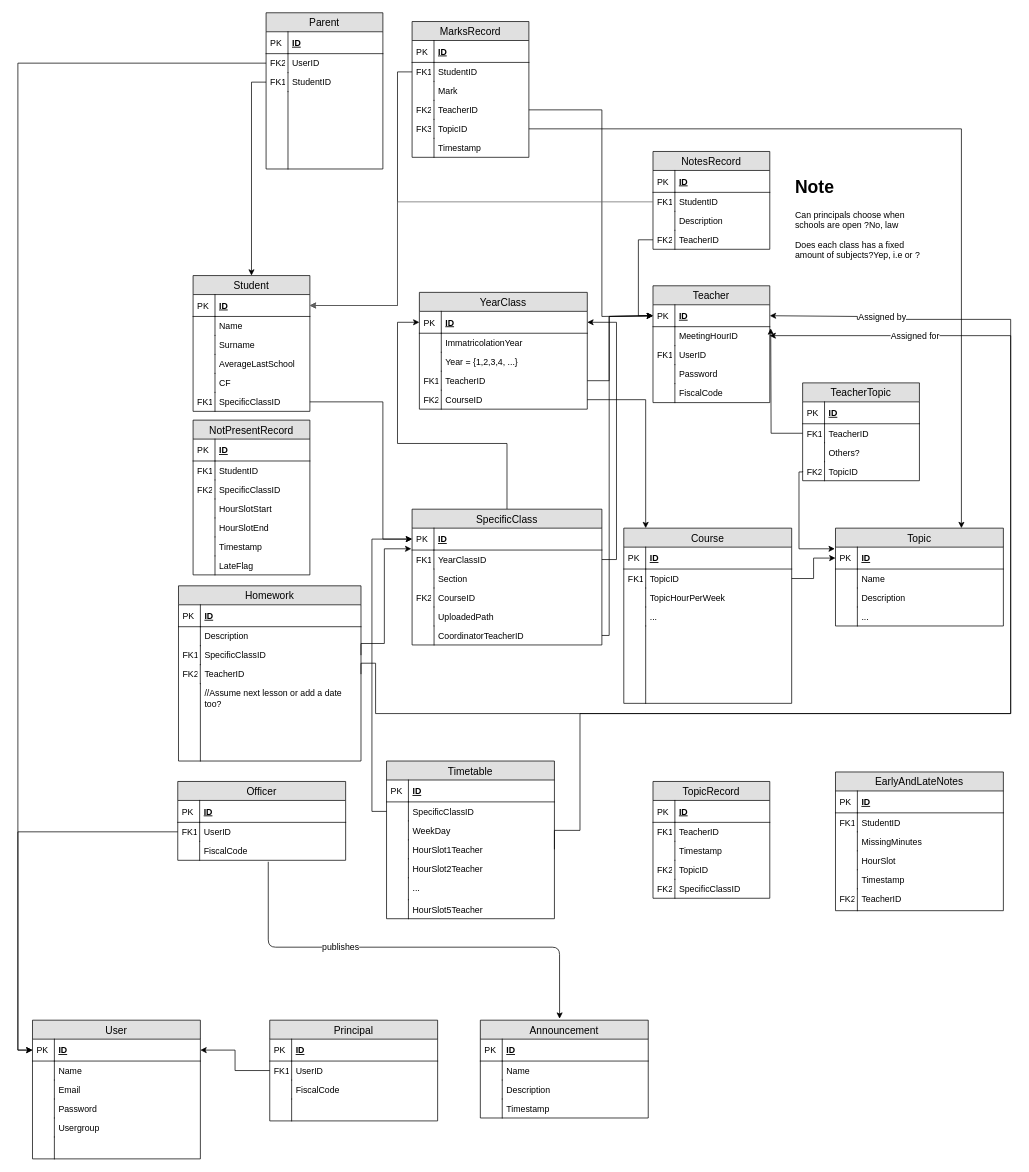
Before: Schema.drawio in sordinho/Group-J---Digital-Student-Record, a draw.io diagram. Source tidied: cells renumbered, new cells numbered last; positions are measured from the earlier drawing's top-left corner, leaving out a move shared by most shapes. Both pictures are drawn from the tidied source at 73%, with x=0, y=0 at pixel (32, 12).
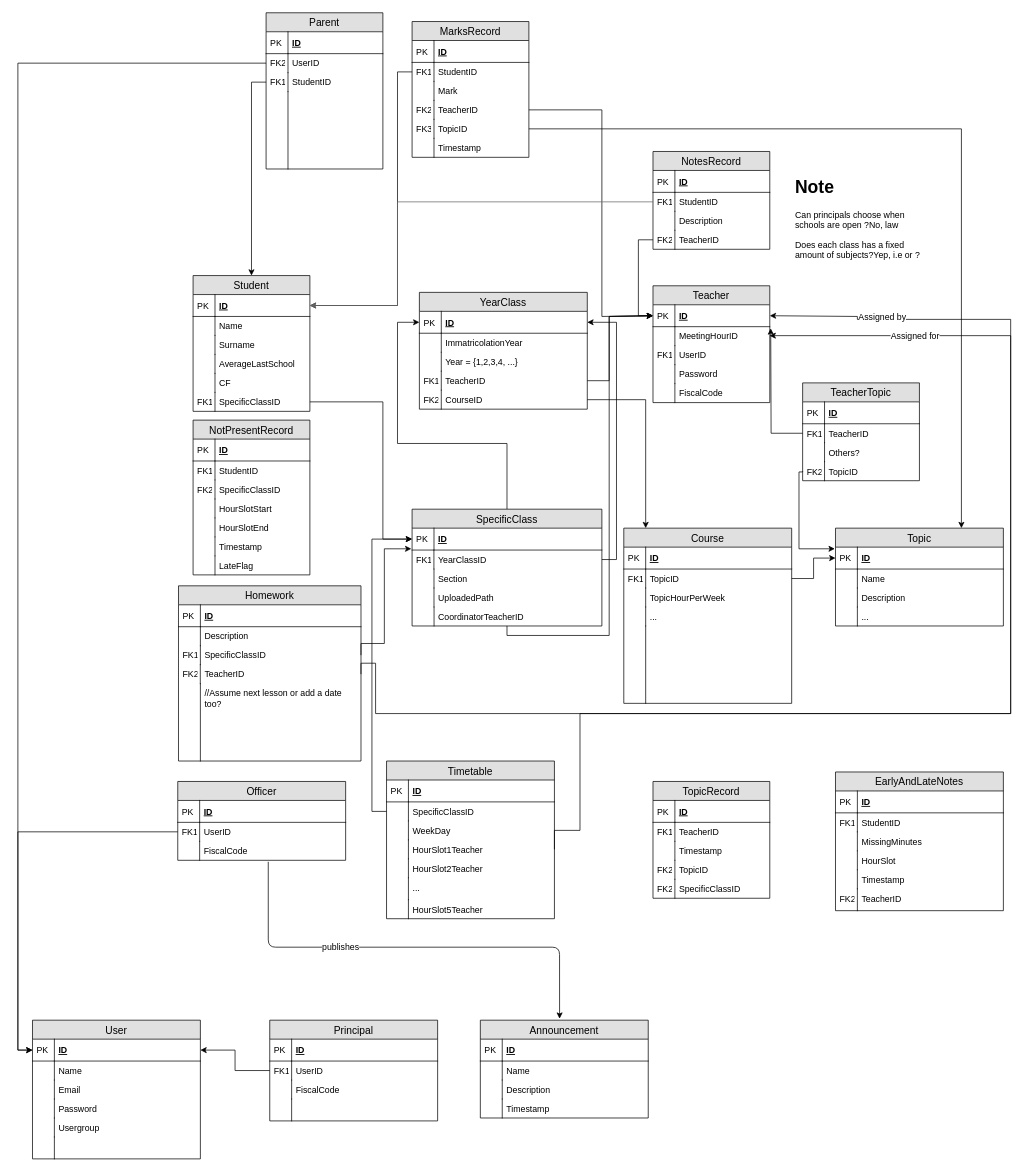
The same page after the edit.

The edit, as a diff of the source:
```diff
@@
     <mxCell id="38" value="SpecificClass" style="swimlane;fontStyle=0;horizontal=1;startSize=26;fillColor=#e0e0e0;swimlaneFillColor=#ffffff;align=center;fontSize=14;" parent="1" vertex="1">
-      <mxGeometry x="520" y="680" width="260" height="186" as="geometry" />
+      <mxGeometry x="520" y="680" width="260" height="160" as="geometry" />
     </mxCell>
@@
-    <mxCell id="45" value="CourseID" style="shape=partialRectangle;top=0;left=0;right=0;bottom=0;align=left;verticalAlign=top;fillColor=none;spacingLeft=34;spacingRight=4;overflow=hidden;fontSize=12;" parent="38" vertex="1">
-      <mxGeometry y="108" width="260" height="26" as="geometry" />
-    </mxCell>
-    <mxCell id="46" value="FK2" style="shape=partialRectangle;top=0;left=0;bottom=0;fillColor=none;align=left;verticalAlign=top;spacingLeft=4;spacingRight=4;overflow=hidden;fontSize=12;" parent="45" vertex="1">
-      <mxGeometry width="30" height="26" as="geometry" />
-    </mxCell>
     <mxCell id="47" value="UploadedPath" style="shape=partialRectangle;top=0;left=0;right=0;bottom=0;align=left;verticalAlign=top;fillColor=none;spacingLeft=34;spacingRight=4;overflow=hidden;fontSize=12;" parent="38" vertex="1">
-      <mxGeometry y="134" width="260" height="26" as="geometry" />
+      <mxGeometry y="108" width="260" height="26" as="geometry" />
     </mxCell>
@@
     <mxCell id="49" value="CoordinatorTeacherID" style="shape=partialRectangle;top=0;left=0;right=0;bottom=0;align=left;verticalAlign=top;fillColor=none;spacingLeft=34;spacingRight=4;overflow=hidden;points=[[0,0.5],[1,0.5]];portConstraint=eastwest;fontSize=12;" parent="38" vertex="1">
-      <mxGeometry y="160" width="260" height="26" as="geometry" />
+      <mxGeometry y="134" width="260" height="26" as="geometry" />
     </mxCell>
```
